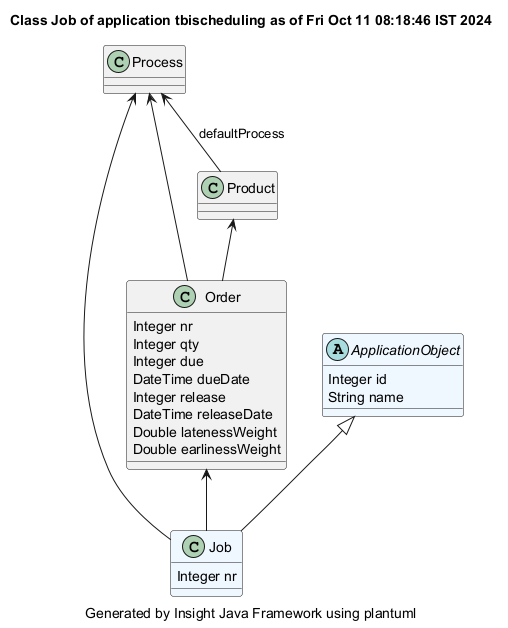
hsimonis/schedulingtraining keeps this PlantUML diagram as demonstrator/tbischeduling/site/plantuml/Job.png. Above is the earlier version.
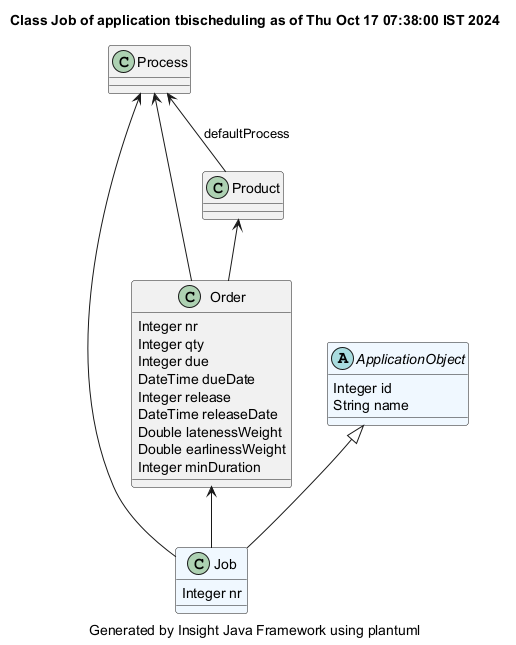
After the commit.

Diff of the diagram source:
```diff
@@ -1,5 +1,5 @@
 @startuml
-title Class Job of application tbischeduling as of Fri Oct 11 08:18:46 IST 2024
+title Class Job of application tbischeduling as of Thu Oct 17 07:38:00 IST 2024
 caption Generated by Insight Java Framework using plantuml
 class Job #aliceblue
 Job : Integer nr
@@ -14,6 +14,7 @@
 Order : DateTime releaseDate
 Order : Double latenessWeight
 Order : Double earlinessWeight
+Order : Integer minDuration
 
 Product  <-- Order
 class Product
```
